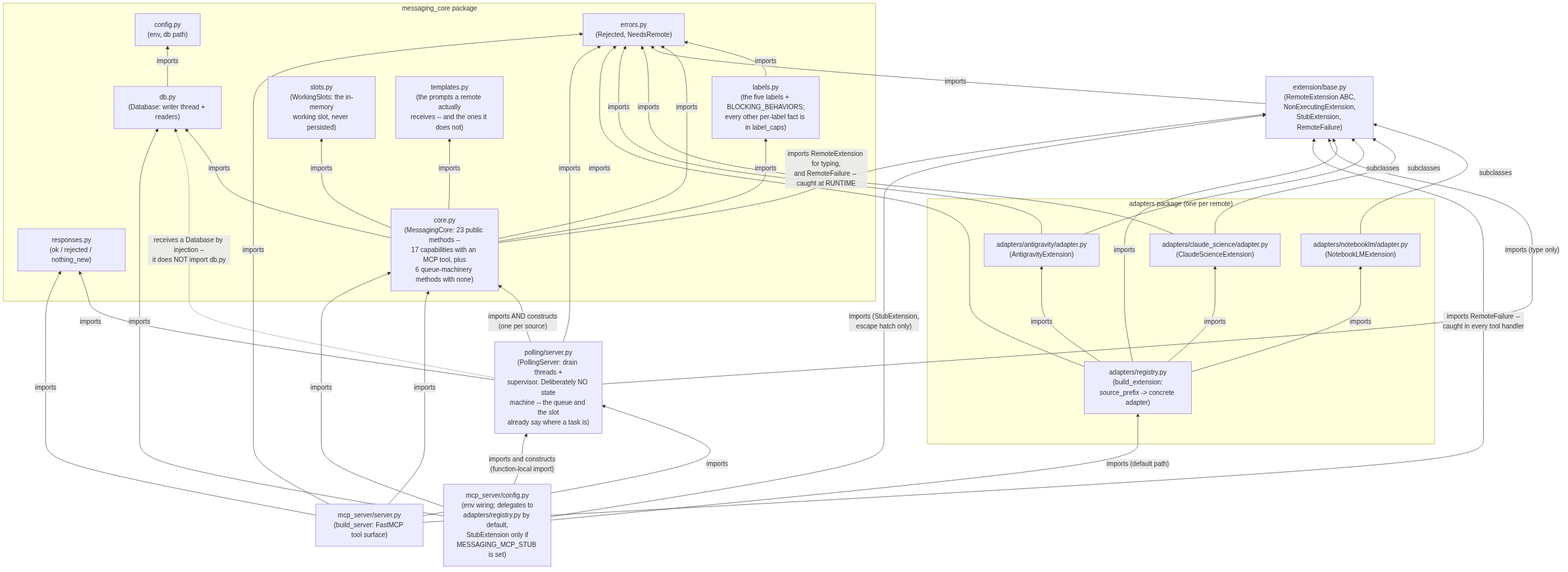
The Mermaid diagram visualizations/02-module-map.png in CSScientist123/agent-messaging-mcp-server, before a commit. Its source is kept beside it as visualizations/02-module-map.mmd.
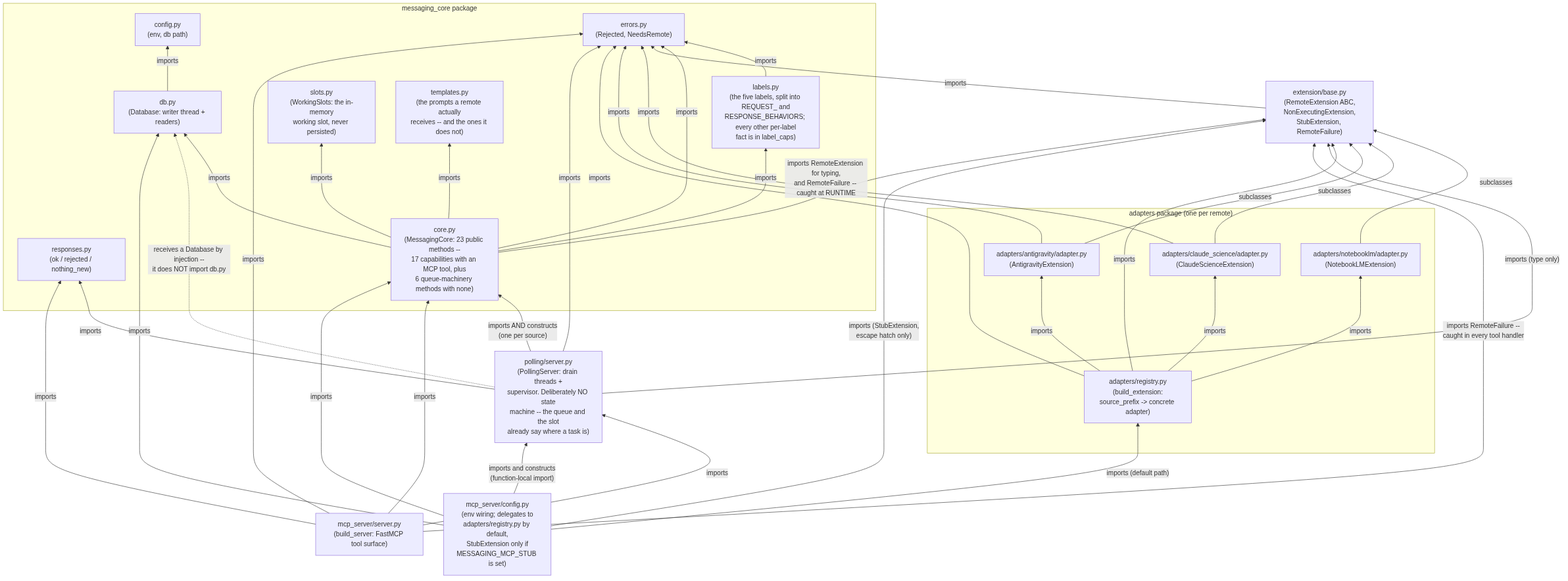
Later version of the same file.

Diff of the diagram source:
```diff
@@ -3,7 +3,7 @@
     subgraph CORE["messaging_core package"]
         CFG["config.py\n(env, db path)"]
         ERR["errors.py\n(Rejected, NeedsRemote)"]
-        LBL["labels.py\n(the five labels + BLOCKING_BEHAVIORS;\nevery other per-label fact is in label_caps)"]
+        LBL["labels.py\n(the five labels, split into REQUEST_ and\nRESPONSE_BEHAVIORS; every other per-label\nfact is in label_caps)"]
         RESP["responses.py\n(ok / rejected / nothing_new)"]
         DB["db.py\n(Database: writer thread + readers)"]
         SLOTS["slots.py\n(WorkingSlots: the in-memory\nworking slot, never persisted)"]
```
